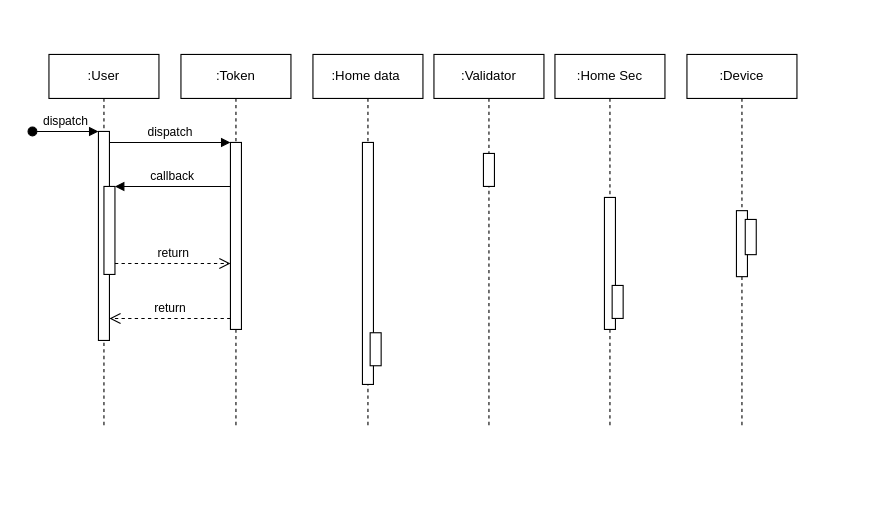
Above: Diagrama sin título.drawio in zelcam4ever/SoftwareArch (draw.io), before the change. Source tidied: cells renumbered, new cells numbered last; positions are measured from the earlier drawing's top-left corner, leaving out a move shared by most shapes. Both pictures are drawn from the tidied source at 110%, with x=0, y=0 at pixel (32, 54).
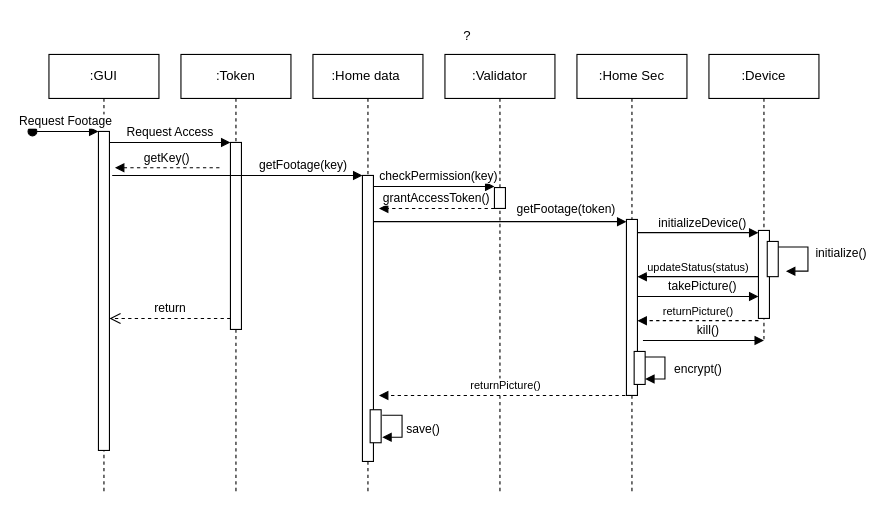
The same page after the edit.

Unchanged cells that the change refers to:
```xml
<mxCell id="7" style="html=1;points=[];perimeter=orthogonalPerimeter;outlineConnect=0;targetShapes=umlLifeline;portConstraint=eastwest;newEdgeStyle={&quot;edgeStyle&quot;:&quot;elbowEdgeStyle&quot;,&quot;elbow&quot;:&quot;vertical&quot;,&quot;curved&quot;:0,&quot;rounded&quot;:0};" parent="6" vertex="1">
  <mxGeometry x="45" y="80" width="10" height="170" as="geometry" />
</mxCell>
```

What changed in the source:
```diff
@@
-    <mxCell id="2" value=":User" style="shape=umlLifeline;perimeter=lifelinePerimeter;whiteSpace=wrap;html=1;newEdgeStyle={&quot;edgeStyle&quot;:&quot;elbowEdgeStyle&quot;,&quot;elbow&quot;:&quot;vertical&quot;,&quot;curved&quot;:0,&quot;rounded&quot;:0};" parent="1" vertex="1">
-      <mxGeometry x="15" width="100" height="340" as="geometry" />
+    <mxCell id="2" value=":GUI" style="shape=umlLifeline;perimeter=lifelinePerimeter;whiteSpace=wrap;html=1;newEdgeStyle={&quot;edgeStyle&quot;:&quot;elbowEdgeStyle&quot;,&quot;elbow&quot;:&quot;vertical&quot;,&quot;curved&quot;:0,&quot;rounded&quot;:0};" parent="1" vertex="1">
+      <mxGeometry x="15" width="100" height="400" as="geometry" />
     </mxCell>
     <mxCell id="3" style="html=1;points=[];perimeter=orthogonalPerimeter;outlineConnect=0;targetShapes=umlLifeline;portConstraint=eastwest;newEdgeStyle={&quot;edgeStyle&quot;:&quot;elbowEdgeStyle&quot;,&quot;elbow&quot;:&quot;vertical&quot;,&quot;curved&quot;:0,&quot;rounded&quot;:0};" parent="2" vertex="1">
-      <mxGeometry x="45" y="70" width="10" height="190" as="geometry" />
+      <mxGeometry x="45" y="70" width="10" height="290" as="geometry" />
     </mxCell>
-    <mxCell id="4" value="dispatch" style="html=1;verticalAlign=bottom;startArrow=oval;endArrow=block;startSize=8;edgeStyle=elbowEdgeStyle;elbow=vertical;curved=0;rounded=0;" parent="2" edge="1" target="3">
+    <mxCell id="4" value="Request Footage" style="html=1;verticalAlign=bottom;startArrow=oval;endArrow=block;startSize=8;edgeStyle=elbowEdgeStyle;elbow=vertical;curved=0;rounded=0;" parent="2" edge="1" target="3">
       <mxGeometry relative="1" as="geometry">
         <mxPoint x="-15" y="70" as="sourcePoint" />
       </mxGeometry>
     </mxCell>
-    <mxCell id="5" style="html=1;points=[];perimeter=orthogonalPerimeter;outlineConnect=0;targetShapes=umlLifeline;portConstraint=eastwest;newEdgeStyle={&quot;edgeStyle&quot;:&quot;elbowEdgeStyle&quot;,&quot;elbow&quot;:&quot;vertical&quot;,&quot;curved&quot;:0,&quot;rounded&quot;:0};" parent="2" vertex="1">
-      <mxGeometry x="50" y="120" width="10" height="80" as="geometry" />
-    </mxCell>
     <mxCell id="6" value=":Token" style="shape=umlLifeline;perimeter=lifelinePerimeter;whiteSpace=wrap;html=1;newEdgeStyle={&quot;edgeStyle&quot;:&quot;elbowEdgeStyle&quot;,&quot;elbow&quot;:&quot;vertical&quot;,&quot;curved&quot;:0,&quot;rounded&quot;:0};" parent="1" vertex="1">
-      <mxGeometry x="135" width="100" height="340" as="geometry" />
+      <mxGeometry x="135" width="100" height="400" as="geometry" />
     </mxCell>
@@
-    <mxCell id="8" value="dispatch" style="html=1;verticalAlign=bottom;endArrow=block;edgeStyle=elbowEdgeStyle;elbow=vertical;curved=0;rounded=0;" parent="1" edge="1" source="3" target="7">
+    <mxCell id="8" value="Request Access" style="html=1;verticalAlign=bottom;endArrow=block;edgeStyle=elbowEdgeStyle;elbow=vertical;curved=0;rounded=0;" parent="1" edge="1" source="3" target="7">
       <mxGeometry relative="1" as="geometry">
         <Array as="points">
           <mxPoint x="155" y="80" />
         </Array>
       </mxGeometry>
     </mxCell>
@@
-    <mxCell id="10" value="callback" style="html=1;verticalAlign=bottom;endArrow=block;edgeStyle=elbowEdgeStyle;elbow=vertical;curved=0;rounded=0;" parent="1" edge="1" source="7" target="5">
+    <mxCell id="10" value="getKey()" style="html=1;verticalAlign=bottom;endArrow=block;edgeStyle=elbowEdgeStyle;elbow=vertical;curved=0;rounded=0;dashed=1;" parent="1" edge="1">
       <mxGeometry relative="1" as="geometry">
+        <mxPoint x="170" y="103" as="sourcePoint" />
+        <mxPoint x="75" y="103" as="targetPoint" />
         <Array as="points">
-          <mxPoint x="165" y="120" />
+          <mxPoint x="165" y="103" />
         </Array>
       </mxGeometry>
     </mxCell>
-    <mxCell id="11" value="return" style="html=1;verticalAlign=bottom;endArrow=open;dashed=1;endSize=8;edgeStyle=elbowEdgeStyle;elbow=vertical;curved=0;rounded=0;" parent="1" edge="1" source="5" target="7">
-      <mxGeometry relative="1" as="geometry">
-        <Array as="points">
-          <mxPoint x="155" y="190" />
-        </Array>
-      </mxGeometry>
-    </mxCell>
     <mxCell id="12" value=":Home data&amp;nbsp;" style="shape=umlLifeline;perimeter=lifelinePerimeter;whiteSpace=wrap;html=1;newEdgeStyle={&quot;edgeStyle&quot;:&quot;elbowEdgeStyle&quot;,&quot;elbow&quot;:&quot;vertical&quot;,&quot;curved&quot;:0,&quot;rounded&quot;:0};" parent="1" vertex="1">
-      <mxGeometry x="255" width="100" height="340" as="geometry" />
+      <mxGeometry x="255" width="100" height="400" as="geometry" />
     </mxCell>
     <mxCell id="13" style="html=1;perimeter=orthogonalPerimeter;targetShapes=umlLifeline;newEdgeStyle={&quot;edgeStyle&quot;:&quot;elbowEdgeStyle&quot;,&quot;elbow&quot;:&quot;vertical&quot;,&quot;curved&quot;:0,&quot;rounded&quot;:0};" parent="12" vertex="1">
-      <mxGeometry x="45" y="80" width="10" height="220" as="geometry" />
+      <mxGeometry x="45" y="110" width="10" height="260" as="geometry" />
     </mxCell>
     <mxCell id="14" style="html=1;perimeter=orthogonalPerimeter;targetShapes=umlLifeline;newEdgeStyle={&quot;edgeStyle&quot;:&quot;elbowEdgeStyle&quot;,&quot;elbow&quot;:&quot;vertical&quot;,&quot;curved&quot;:0,&quot;rounded&quot;:0};" parent="12" vertex="1">
-      <mxGeometry x="52" y="253" width="10" height="30" as="geometry" />
+      <mxGeometry x="52" y="323" width="10" height="30" as="geometry" />
     </mxCell>
     <mxCell id="15" value=":Validator" style="shape=umlLifeline;perimeter=lifelinePerimeter;whiteSpace=wrap;html=1;newEdgeStyle={&quot;edgeStyle&quot;:&quot;elbowEdgeStyle&quot;,&quot;elbow&quot;:&quot;vertical&quot;,&quot;curved&quot;:0,&quot;rounded&quot;:0};" parent="1" vertex="1">
-      <mxGeometry x="365" width="100" height="340" as="geometry" />
+      <mxGeometry x="375" width="100" height="400" as="geometry" />
     </mxCell>
     <mxCell id="16" style="html=1;perimeter=orthogonalPerimeter;targetShapes=umlLifeline;newEdgeStyle={&quot;edgeStyle&quot;:&quot;elbowEdgeStyle&quot;,&quot;elbow&quot;:&quot;vertical&quot;,&quot;curved&quot;:0,&quot;rounded&quot;:0};" parent="15" vertex="1">
-      <mxGeometry x="45" y="90" width="10" height="30" as="geometry" />
+      <mxGeometry x="45" y="121" width="10" height="19" as="geometry" />
     </mxCell>
     <mxCell id="17" value=":Home Sec" style="shape=umlLifeline;perimeter=lifelinePerimeter;whiteSpace=wrap;html=1;newEdgeStyle={&quot;edgeStyle&quot;:&quot;elbowEdgeStyle&quot;,&quot;elbow&quot;:&quot;vertical&quot;,&quot;curved&quot;:0,&quot;rounded&quot;:0};" parent="1" vertex="1">
-      <mxGeometry x="475" width="100" height="340" as="geometry" />
+      <mxGeometry x="495" width="100" height="400" as="geometry" />
     </mxCell>
     <mxCell id="18" style="html=1;perimeter=orthogonalPerimeter;targetShapes=umlLifeline;newEdgeStyle={&quot;edgeStyle&quot;:&quot;elbowEdgeStyle&quot;,&quot;elbow&quot;:&quot;vertical&quot;,&quot;curved&quot;:0,&quot;rounded&quot;:0};" parent="17" vertex="1">
-      <mxGeometry x="45" y="130" width="10" height="120" as="geometry" />
+      <mxGeometry x="45" y="150" width="10" height="160" as="geometry" />
     </mxCell>
     <mxCell id="19" style="html=1;points=[];perimeter=orthogonalPerimeter;outlineConnect=0;targetShapes=umlLifeline;portConstraint=eastwest;newEdgeStyle={&quot;edgeStyle&quot;:&quot;elbowEdgeStyle&quot;,&quot;elbow&quot;:&quot;vertical&quot;,&quot;curved&quot;:0,&quot;rounded&quot;:0};" parent="17" vertex="1">
-      <mxGeometry x="52" y="210" width="10" height="30" as="geometry" />
+      <mxGeometry x="52" y="270" width="10" height="30" as="geometry" />
     </mxCell>
+    <mxCell id="23" value="encrypt()" style="html=1;verticalAlign=bottom;endArrow=block;edgeStyle=elbowEdgeStyle;rounded=0;" parent="17" edge="1" source="19" target="19">
+      <mxGeometry x="0.36" y="-30" relative="1" as="geometry">
+        <Array as="points">
+          <mxPoint x="80" y="285" />
+        </Array>
+        <mxPoint x="30" y="30" as="offset" />
+      </mxGeometry>
+    </mxCell>
     <mxCell id="20" value=":Device" style="shape=umlLifeline;perimeter=lifelinePerimeter;whiteSpace=wrap;html=1;newEdgeStyle={&quot;edgeStyle&quot;:&quot;elbowEdgeStyle&quot;,&quot;elbow&quot;:&quot;vertical&quot;,&quot;curved&quot;:0,&quot;rounded&quot;:0};" parent="1" vertex="1">
-      <mxGeometry x="595" width="100" height="340" as="geometry" />
+      <mxGeometry x="615" width="100" height="260" as="geometry" />
     </mxCell>
     <mxCell id="21" style="html=1;perimeter=orthogonalPerimeter;targetShapes=umlLifeline;newEdgeStyle={&quot;edgeStyle&quot;:&quot;elbowEdgeStyle&quot;,&quot;elbow&quot;:&quot;vertical&quot;,&quot;curved&quot;:0,&quot;rounded&quot;:0};" parent="20" vertex="1">
-      <mxGeometry x="45" y="142" width="10" height="60" as="geometry" />
+      <mxGeometry x="45" y="160" width="10" height="80" as="geometry" />
     </mxCell>
     <mxCell id="22" style="html=1;perimeter=orthogonalPerimeter;targetShapes=umlLifeline;newEdgeStyle={&quot;edgeStyle&quot;:&quot;elbowEdgeStyle&quot;,&quot;elbow&quot;:&quot;vertical&quot;,&quot;curved&quot;:0,&quot;rounded&quot;:0};" parent="20" vertex="1">
-      <mxGeometry x="53" y="150" width="10" height="32" as="geometry" />
+      <mxGeometry x="53" y="170" width="10" height="32" as="geometry" />
     </mxCell>
+    <mxCell id="24" value="initialize()" style="html=1;verticalAlign=bottom;endArrow=block;edgeStyle=elbowEdgeStyle;rounded=0;" parent="20" edge="1">
+      <mxGeometry x="0.22" y="30" relative="1" as="geometry">
+        <mxPoint x="63" y="175" as="sourcePoint" />
+        <mxPoint x="70" y="197" as="targetPoint" />
+        <Array as="points">
+          <mxPoint x="90" y="190" />
+        </Array>
+      </mxGeometry>
+    </mxCell>
+    <mxCell id="25" value="getFootage(key)" style="html=1;verticalAlign=bottom;endArrow=block;edgeStyle=elbowEdgeStyle;elbow=vertical;curved=0;rounded=0;" parent="1" edge="1">
+      <mxGeometry x="0.52" relative="1" as="geometry">
+        <mxPoint x="72.5" y="110" as="sourcePoint" />
+        <mxPoint x="300" y="110" as="targetPoint" />
+        <Array as="points">
+          <mxPoint x="157.5" y="110" />
+        </Array>
+      </mxGeometry>
+    </mxCell>
+    <mxCell id="26" value="?" style="text;html=1;align=center;verticalAlign=middle;strokeColor=none;fillColor=none;" parent="1" vertex="1">
+      <mxGeometry x="380" y="-32" width="30" height="30" as="geometry" />
+    </mxCell>
+    <mxCell id="27" value="checkPermission(key)" style="html=1;verticalAlign=bottom;endArrow=block;edgeStyle=elbowEdgeStyle;elbow=vertical;curved=0;rounded=0;" parent="1" edge="1">
+      <mxGeometry x="0.08" relative="1" as="geometry">
+        <mxPoint x="310" y="120" as="sourcePoint" />
+        <mxPoint x="420" y="120" as="targetPoint" />
+        <Array as="points">
+          <mxPoint x="365" y="120" />
+          <mxPoint x="377.5" y="130" />
+        </Array>
+      </mxGeometry>
+    </mxCell>
+    <mxCell id="28" value="grantAccessToken()" style="html=1;verticalAlign=bottom;endArrow=block;edgeStyle=elbowEdgeStyle;elbow=vertical;curved=0;rounded=0;dashed=1;" parent="1" edge="1">
+      <mxGeometry relative="1" as="geometry">
+        <mxPoint x="420" y="140" as="sourcePoint" />
+        <mxPoint x="315" y="140" as="targetPoint" />
+        <Array as="points">
+          <mxPoint x="415" y="140" />
+        </Array>
+      </mxGeometry>
+    </mxCell>
+    <mxCell id="29" value="getFootage(token)" style="html=1;verticalAlign=bottom;endArrow=block;edgeStyle=elbowEdgeStyle;elbow=vertical;curved=0;rounded=0;" parent="1" edge="1">
+      <mxGeometry x="0.52" y="2" relative="1" as="geometry">
+        <mxPoint x="310" y="152" as="sourcePoint" />
+        <mxPoint x="540" y="152" as="targetPoint" />
+        <Array as="points">
+          <mxPoint x="365" y="152" />
+          <mxPoint x="377.5" y="162" />
+        </Array>
+      </mxGeometry>
+    </mxCell>
+    <mxCell id="30" value="initializeDevice()" style="html=1;verticalAlign=bottom;endArrow=block;edgeStyle=elbowEdgeStyle;elbow=vertical;curved=0;rounded=0;" parent="1" edge="1">
+      <mxGeometry x="0.08" relative="1" as="geometry">
+        <mxPoint x="550" y="162" as="sourcePoint" />
+        <mxPoint x="660" y="162" as="targetPoint" />
+        <Array as="points">
+          <mxPoint x="607" y="162" />
+          <mxPoint x="619.5" y="172" />
+        </Array>
+      </mxGeometry>
+    </mxCell>
+    <mxCell id="31" value="&lt;font style=&quot;font-size: 10px;&quot;&gt;updateStatus(status)&lt;/font&gt;" style="html=1;verticalAlign=bottom;endArrow=block;edgeStyle=elbowEdgeStyle;elbow=vertical;curved=0;rounded=0;" parent="1" edge="1">
+      <mxGeometry relative="1" as="geometry">
+        <mxPoint x="660" y="202" as="sourcePoint" />
+        <mxPoint x="550" y="202" as="targetPoint" />
+        <Array as="points">
+          <mxPoint x="655" y="202" />
+        </Array>
+      </mxGeometry>
+    </mxCell>
+    <mxCell id="32" value="takePicture()" style="html=1;verticalAlign=bottom;endArrow=block;edgeStyle=elbowEdgeStyle;elbow=vertical;curved=0;rounded=0;" parent="1" edge="1">
+      <mxGeometry x="0.08" relative="1" as="geometry">
+        <mxPoint x="550" y="220" as="sourcePoint" />
+        <mxPoint x="660" y="220" as="targetPoint" />
+        <Array as="points">
+          <mxPoint x="612" y="220" />
+          <mxPoint x="624.5" y="230" />
+        </Array>
+      </mxGeometry>
+    </mxCell>
+    <mxCell id="33" value="&lt;font style=&quot;font-size: 10px;&quot;&gt;returnPicture()&lt;/font&gt;" style="html=1;verticalAlign=bottom;endArrow=block;edgeStyle=elbowEdgeStyle;elbow=vertical;curved=0;rounded=0;dashed=1;" parent="1" edge="1">
+      <mxGeometry relative="1" as="geometry">
+        <mxPoint x="660" y="242" as="sourcePoint" />
+        <mxPoint x="550" y="242" as="targetPoint" />
+        <Array as="points">
+          <mxPoint x="655" y="242" />
+        </Array>
+      </mxGeometry>
+    </mxCell>
+    <mxCell id="34" value="kill()" style="html=1;verticalAlign=bottom;endArrow=block;edgeStyle=elbowEdgeStyle;elbow=vertical;curved=0;rounded=0;" parent="1" edge="1">
+      <mxGeometry x="0.08" relative="1" as="geometry">
+        <mxPoint x="555" y="260" as="sourcePoint" />
+        <mxPoint x="665" y="260" as="targetPoint" />
+        <Array as="points">
+          <mxPoint x="617" y="260" />
+          <mxPoint x="629.5" y="270" />
+        </Array>
+      </mxGeometry>
+    </mxCell>
+    <mxCell id="35" value="&lt;font style=&quot;font-size: 10px;&quot;&gt;returnPicture()&lt;/font&gt;" style="html=1;verticalAlign=bottom;endArrow=block;edgeStyle=elbowEdgeStyle;elbow=vertical;curved=0;rounded=0;dashed=1;" parent="1" edge="1">
+      <mxGeometry relative="1" as="geometry">
+        <mxPoint x="545" y="310" as="sourcePoint" />
+        <mxPoint x="315" y="310" as="targetPoint" />
+        <Array as="points">
+          <mxPoint x="540" y="310" />
+        </Array>
+      </mxGeometry>
+    </mxCell>
+    <mxCell id="36" value="save()" style="html=1;verticalAlign=bottom;endArrow=block;edgeStyle=elbowEdgeStyle;rounded=0;" parent="1" edge="1">
+      <mxGeometry x="0.36" y="19" relative="1" as="geometry">
+        <mxPoint x="318" y="328" as="sourcePoint" />
+        <mxPoint x="318" y="348" as="targetPoint" />
+        <Array as="points">
+          <mxPoint x="336" y="338" />
+        </Array>
+        <mxPoint x="19" y="-17" as="offset" />
+      </mxGeometry>
+    </mxCell>
```
